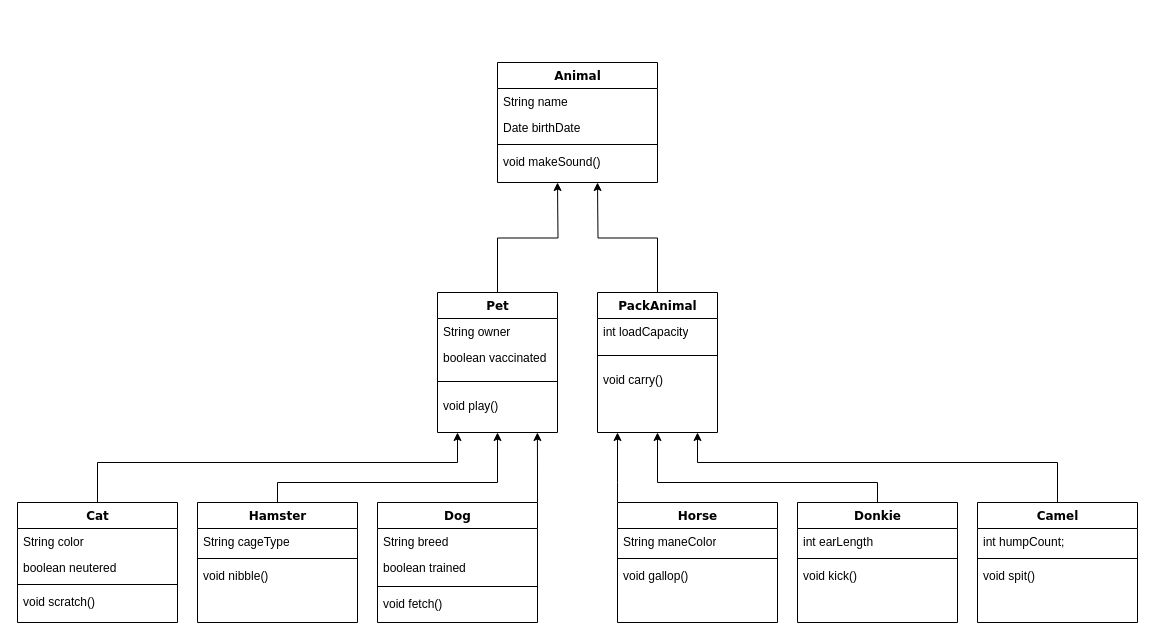
Above: digram.drawio in leg0staev/gb_final_work_1 (draw.io), before the change. Source tidied: cells renumbered, new cells numbered last; positions are measured from the earlier drawing's top-left corner, leaving out a move shared by most shapes. Both pictures are drawn from the tidied source at 100%, with x=0, y=0 at pixel (17, 62).
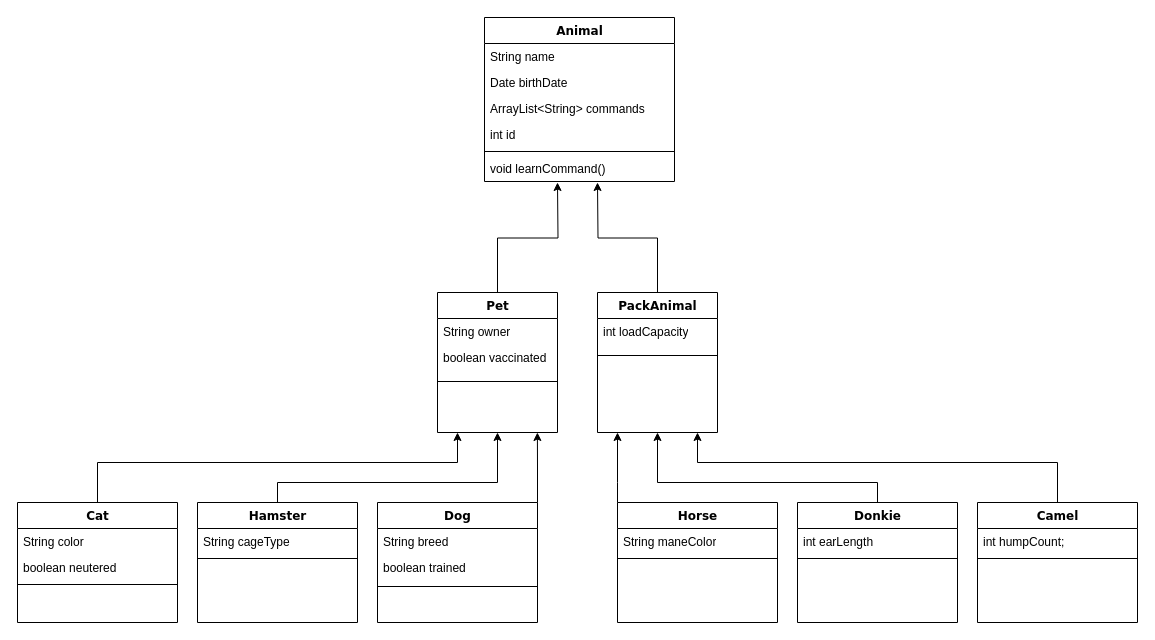
The same diagram, later.

Commit message (it also covers changes not shown here):
исправил диаграму

The change refers to these unchanged cells:
```xml
<mxCell id="8" value="Pet" style="swimlane;html=1;fontStyle=1;align=center;verticalAlign=top;horizontal=1;startSize=26;swimlaneFillColor=#ffffff;rounded=0;shadow=0;comic=0;labelBackgroundColor=none;strokeWidth=1;fillColor=none;fontFamily=Verdana;fontSize=12;" parent="1" vertex="1">
  <mxGeometry x="420" y="230" width="120" height="140" as="geometry" />
</mxCell>
<mxCell id="14" value="PackAnimal" style="swimlane;html=1;fontStyle=1;align=center;verticalAlign=top;horizontal=1;startSize=26;swimlaneFillColor=#ffffff;rounded=0;shadow=0;comic=0;labelBackgroundColor=none;strokeWidth=1;fillColor=none;fontFamily=Verdana;fontSize=12;" parent="1" vertex="1">
  <mxGeometry x="580" y="230" width="120" height="140" as="geometry" />
</mxCell>
<mxCell id="19" value="Dog" style="swimlane;html=1;fontStyle=1;align=center;verticalAlign=top;horizontal=1;startSize=26;swimlaneFillColor=#ffffff;rounded=0;shadow=0;comic=0;labelBackgroundColor=none;strokeWidth=1;fillColor=none;fontFamily=Verdana;fontSize=12;" parent="1" vertex="1">
  <mxGeometry x="360" y="440" width="160" height="120" as="geometry" />
</mxCell>
<mxCell id="25" value="Hamster" style="swimlane;html=1;fontStyle=1;align=center;verticalAlign=top;horizontal=1;startSize=26;swimlaneFillColor=#ffffff;rounded=0;shadow=0;comic=0;labelBackgroundColor=none;strokeWidth=1;fillColor=none;fontFamily=Verdana;fontSize=12;" parent="1" vertex="1">
  <mxGeometry x="180" y="440" width="160" height="120" as="geometry" />
</mxCell>
<mxCell id="30" value="Cat" style="swimlane;html=1;fontStyle=1;align=center;verticalAlign=top;horizontal=1;startSize=26;swimlaneFillColor=#ffffff;rounded=0;shadow=0;comic=0;labelBackgroundColor=none;strokeWidth=1;fillColor=none;fontFamily=Verdana;fontSize=12;" parent="1" vertex="1">
  <mxGeometry y="440" width="160" height="120" as="geometry" />
</mxCell>
<mxCell id="36" value="Camel" style="swimlane;html=1;fontStyle=1;align=center;verticalAlign=top;horizontal=1;startSize=26;swimlaneFillColor=#ffffff;rounded=0;shadow=0;comic=0;labelBackgroundColor=none;strokeWidth=1;fillColor=none;fontFamily=Verdana;fontSize=12;" parent="1" vertex="1">
  <mxGeometry x="960" y="440" width="160" height="120" as="geometry" />
</mxCell>
<mxCell id="41" value="Donkie" style="swimlane;html=1;fontStyle=1;align=center;verticalAlign=top;horizontal=1;startSize=26;swimlaneFillColor=#ffffff;rounded=0;shadow=0;comic=0;labelBackgroundColor=none;strokeWidth=1;fillColor=none;fontFamily=Verdana;fontSize=12;" parent="1" vertex="1">
  <mxGeometry x="780" y="440" width="160" height="120" as="geometry" />
</mxCell>
<mxCell id="46" value="Horse&lt;div&gt;&lt;br/&gt;&lt;/div&gt;" style="swimlane;html=1;fontStyle=1;align=center;verticalAlign=top;horizontal=1;startSize=26;swimlaneFillColor=#ffffff;rounded=0;shadow=0;comic=0;labelBackgroundColor=none;strokeWidth=1;fillColor=none;fontFamily=Verdana;fontSize=12;" parent="1" vertex="1">
  <mxGeometry x="600" y="440" width="160" height="120" as="geometry" />
</mxCell>
```

Change to the diagram source:
```diff
@@
     <mxCell id="2" value="Animal" style="swimlane;html=1;fontStyle=1;align=center;verticalAlign=top;horizontal=1;startSize=26;swimlaneFillColor=#ffffff;rounded=0;shadow=0;comic=0;labelBackgroundColor=none;strokeWidth=1;fillColor=none;fontFamily=Verdana;fontSize=12;" parent="1" vertex="1">
-      <mxGeometry x="480" width="160" height="120" as="geometry" />
+      <mxGeometry x="467" y="-45" width="190" height="164" as="geometry" />
     </mxCell>
     <mxCell id="3" value="String name" style="text;html=1;strokeColor=none;fillColor=none;align=left;verticalAlign=top;spacingLeft=4;spacingRight=4;whiteSpace=wrap;overflow=hidden;" parent="2" vertex="1">
-      <mxGeometry y="26" width="160" height="26" as="geometry" />
+      <mxGeometry y="26" width="190" height="26" as="geometry" />
     </mxCell>
     <mxCell id="4" value="Date birthDate" style="text;html=1;strokeColor=none;fillColor=none;align=left;verticalAlign=top;spacingLeft=4;spacingRight=4;whiteSpace=wrap;overflow=hidden;" parent="2" vertex="1">
-      <mxGeometry y="52" width="160" height="26" as="geometry" />
+      <mxGeometry y="52" width="190" height="26" as="geometry" />
     </mxCell>
+    <mxCell id="50" value="ArrayList&amp;lt;String&amp;gt; commands" style="text;html=1;strokeColor=none;fillColor=none;align=left;verticalAlign=top;spacingLeft=4;spacingRight=4;whiteSpace=wrap;overflow=hidden;" parent="2" vertex="1">
+      <mxGeometry y="78" width="190" height="26" as="geometry" />
+    </mxCell>
+    <mxCell id="51" value="int id" style="text;html=1;strokeColor=none;fillColor=none;align=left;verticalAlign=top;spacingLeft=4;spacingRight=4;whiteSpace=wrap;overflow=hidden;" parent="2" vertex="1">
+      <mxGeometry y="104" width="190" height="26" as="geometry" />
+    </mxCell>
     <mxCell id="5" style="line;html=1;strokeWidth=1;fillColor=none;align=left;verticalAlign=middle;spacingTop=-1;spacingLeft=3;spacingRight=3;labelPosition=right;" parent="2" vertex="1">
-      <mxGeometry y="78" width="160" height="8" as="geometry" />
+      <mxGeometry y="130" width="190" height="8" as="geometry" />
     </mxCell>
-    <mxCell id="6" value="void makeSound()" style="text;html=1;strokeColor=none;fillColor=none;align=left;verticalAlign=top;spacingLeft=4;spacingRight=4;whiteSpace=wrap;overflow=hidden;" parent="2" vertex="1">
-      <mxGeometry y="86" width="160" height="26" as="geometry" />
-    </mxCell>
+    <mxCell id="52" value="void learnCommand()" style="text;html=1;strokeColor=none;fillColor=none;align=left;verticalAlign=top;spacingLeft=4;spacingRight=4;whiteSpace=wrap;overflow=hidden;" parent="2" vertex="1">
+      <mxGeometry y="138" width="190" height="26" as="geometry" />
+    </mxCell>
@@
-    <mxCell id="12" value="void play()" style="text;html=1;strokeColor=none;fillColor=none;align=left;verticalAlign=top;spacingLeft=4;spacingRight=4;whiteSpace=wrap;overflow=hidden;" parent="8" vertex="1">
-      <mxGeometry y="100" width="120" height="26" as="geometry" />
-    </mxCell>
@@
-    <mxCell id="17" value="void carry()" style="text;html=1;strokeColor=none;fillColor=none;align=left;verticalAlign=top;spacingLeft=4;spacingRight=4;whiteSpace=wrap;overflow=hidden;" parent="14" vertex="1">
-      <mxGeometry y="74" width="120" height="26" as="geometry" />
-    </mxCell>
@@
-    <mxCell id="23" value="void fetch()" style="text;html=1;strokeColor=none;fillColor=none;align=left;verticalAlign=top;spacingLeft=4;spacingRight=4;whiteSpace=wrap;overflow=hidden;" parent="19" vertex="1">
-      <mxGeometry y="88" width="160" height="26" as="geometry" />
-    </mxCell>
@@
-    <mxCell id="28" value="void nibble()" style="text;html=1;strokeColor=none;fillColor=none;align=left;verticalAlign=top;spacingLeft=4;spacingRight=4;whiteSpace=wrap;overflow=hidden;" parent="25" vertex="1">
-      <mxGeometry y="60" width="160" height="26" as="geometry" />
-    </mxCell>
@@
-    <mxCell id="34" value="void scratch()" style="text;html=1;strokeColor=none;fillColor=none;align=left;verticalAlign=top;spacingLeft=4;spacingRight=4;whiteSpace=wrap;overflow=hidden;" parent="30" vertex="1">
-      <mxGeometry y="86" width="160" height="26" as="geometry" />
-    </mxCell>
@@
-    <mxCell id="39" value="void spit()" style="text;html=1;strokeColor=none;fillColor=none;align=left;verticalAlign=top;spacingLeft=4;spacingRight=4;whiteSpace=wrap;overflow=hidden;" parent="36" vertex="1">
-      <mxGeometry y="60" width="160" height="26" as="geometry" />
-    </mxCell>
@@
-    <mxCell id="44" value="void kick()" style="text;html=1;strokeColor=none;fillColor=none;align=left;verticalAlign=top;spacingLeft=4;spacingRight=4;whiteSpace=wrap;overflow=hidden;" parent="41" vertex="1">
-      <mxGeometry y="60" width="160" height="26" as="geometry" />
-    </mxCell>
@@
-    <mxCell id="49" value="void gallop()" style="text;html=1;strokeColor=none;fillColor=none;align=left;verticalAlign=top;spacingLeft=4;spacingRight=4;whiteSpace=wrap;overflow=hidden;" parent="46" vertex="1">
-      <mxGeometry y="60" width="160" height="26" as="geometry" />
-    </mxCell>
```
